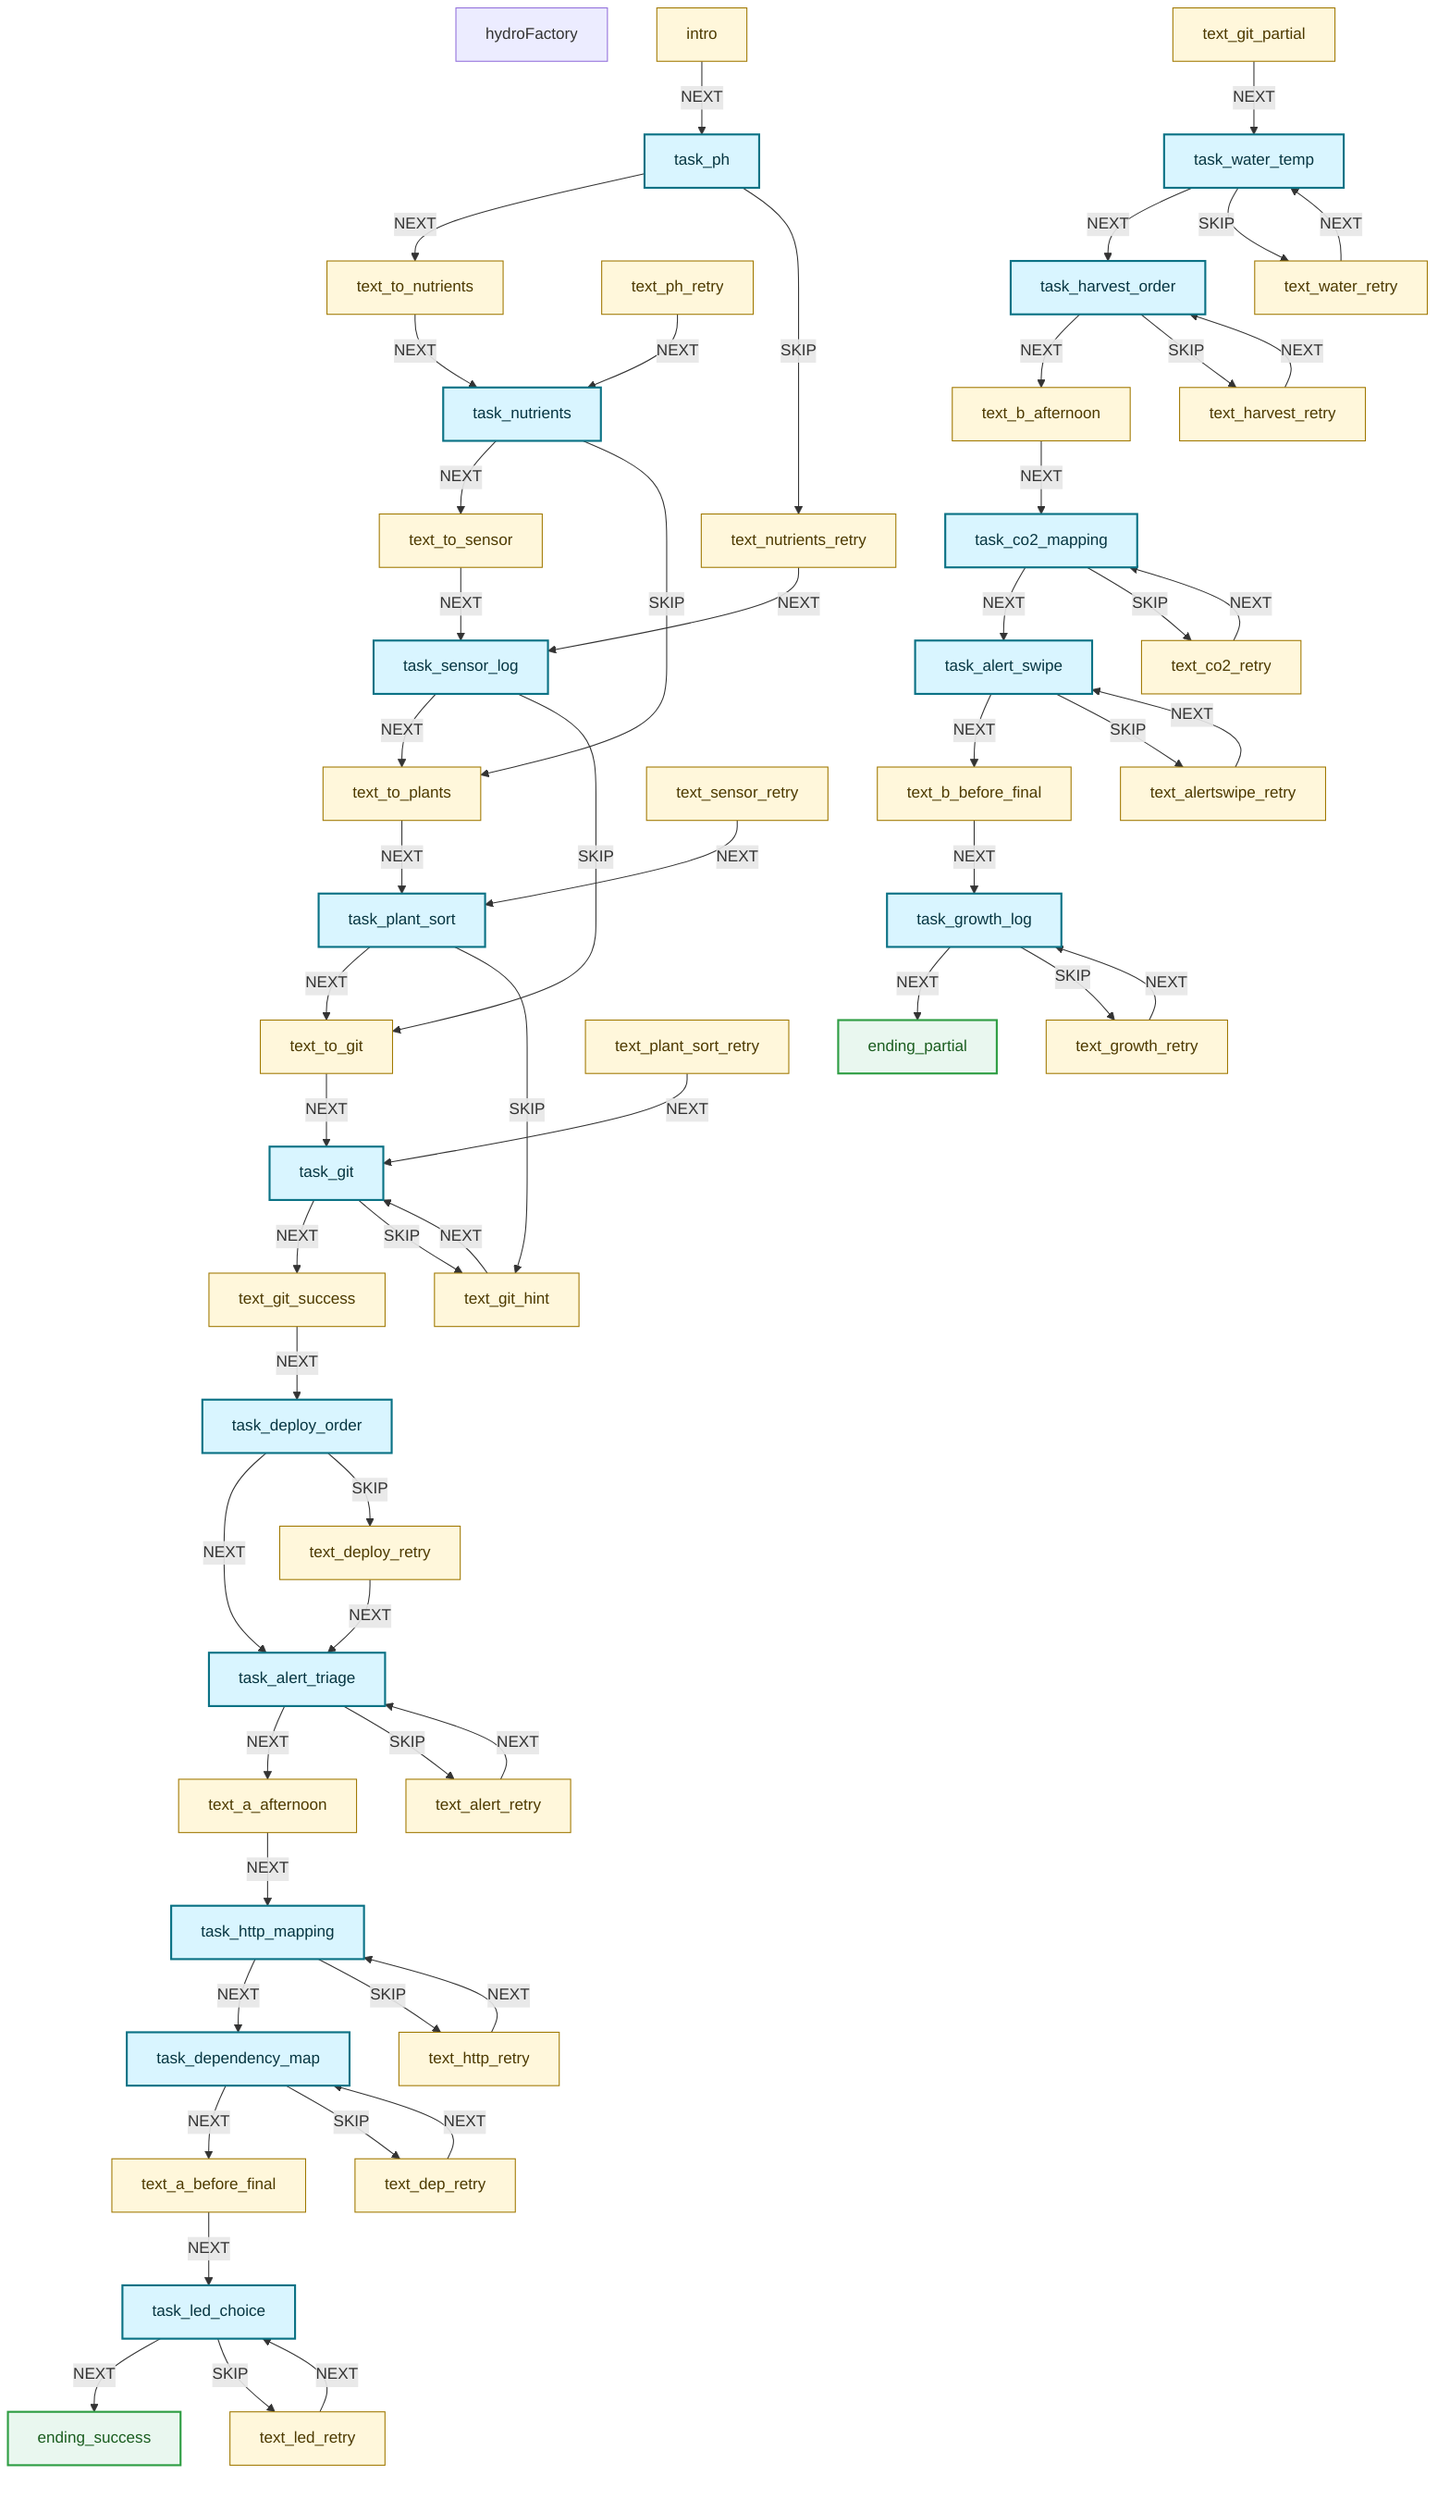
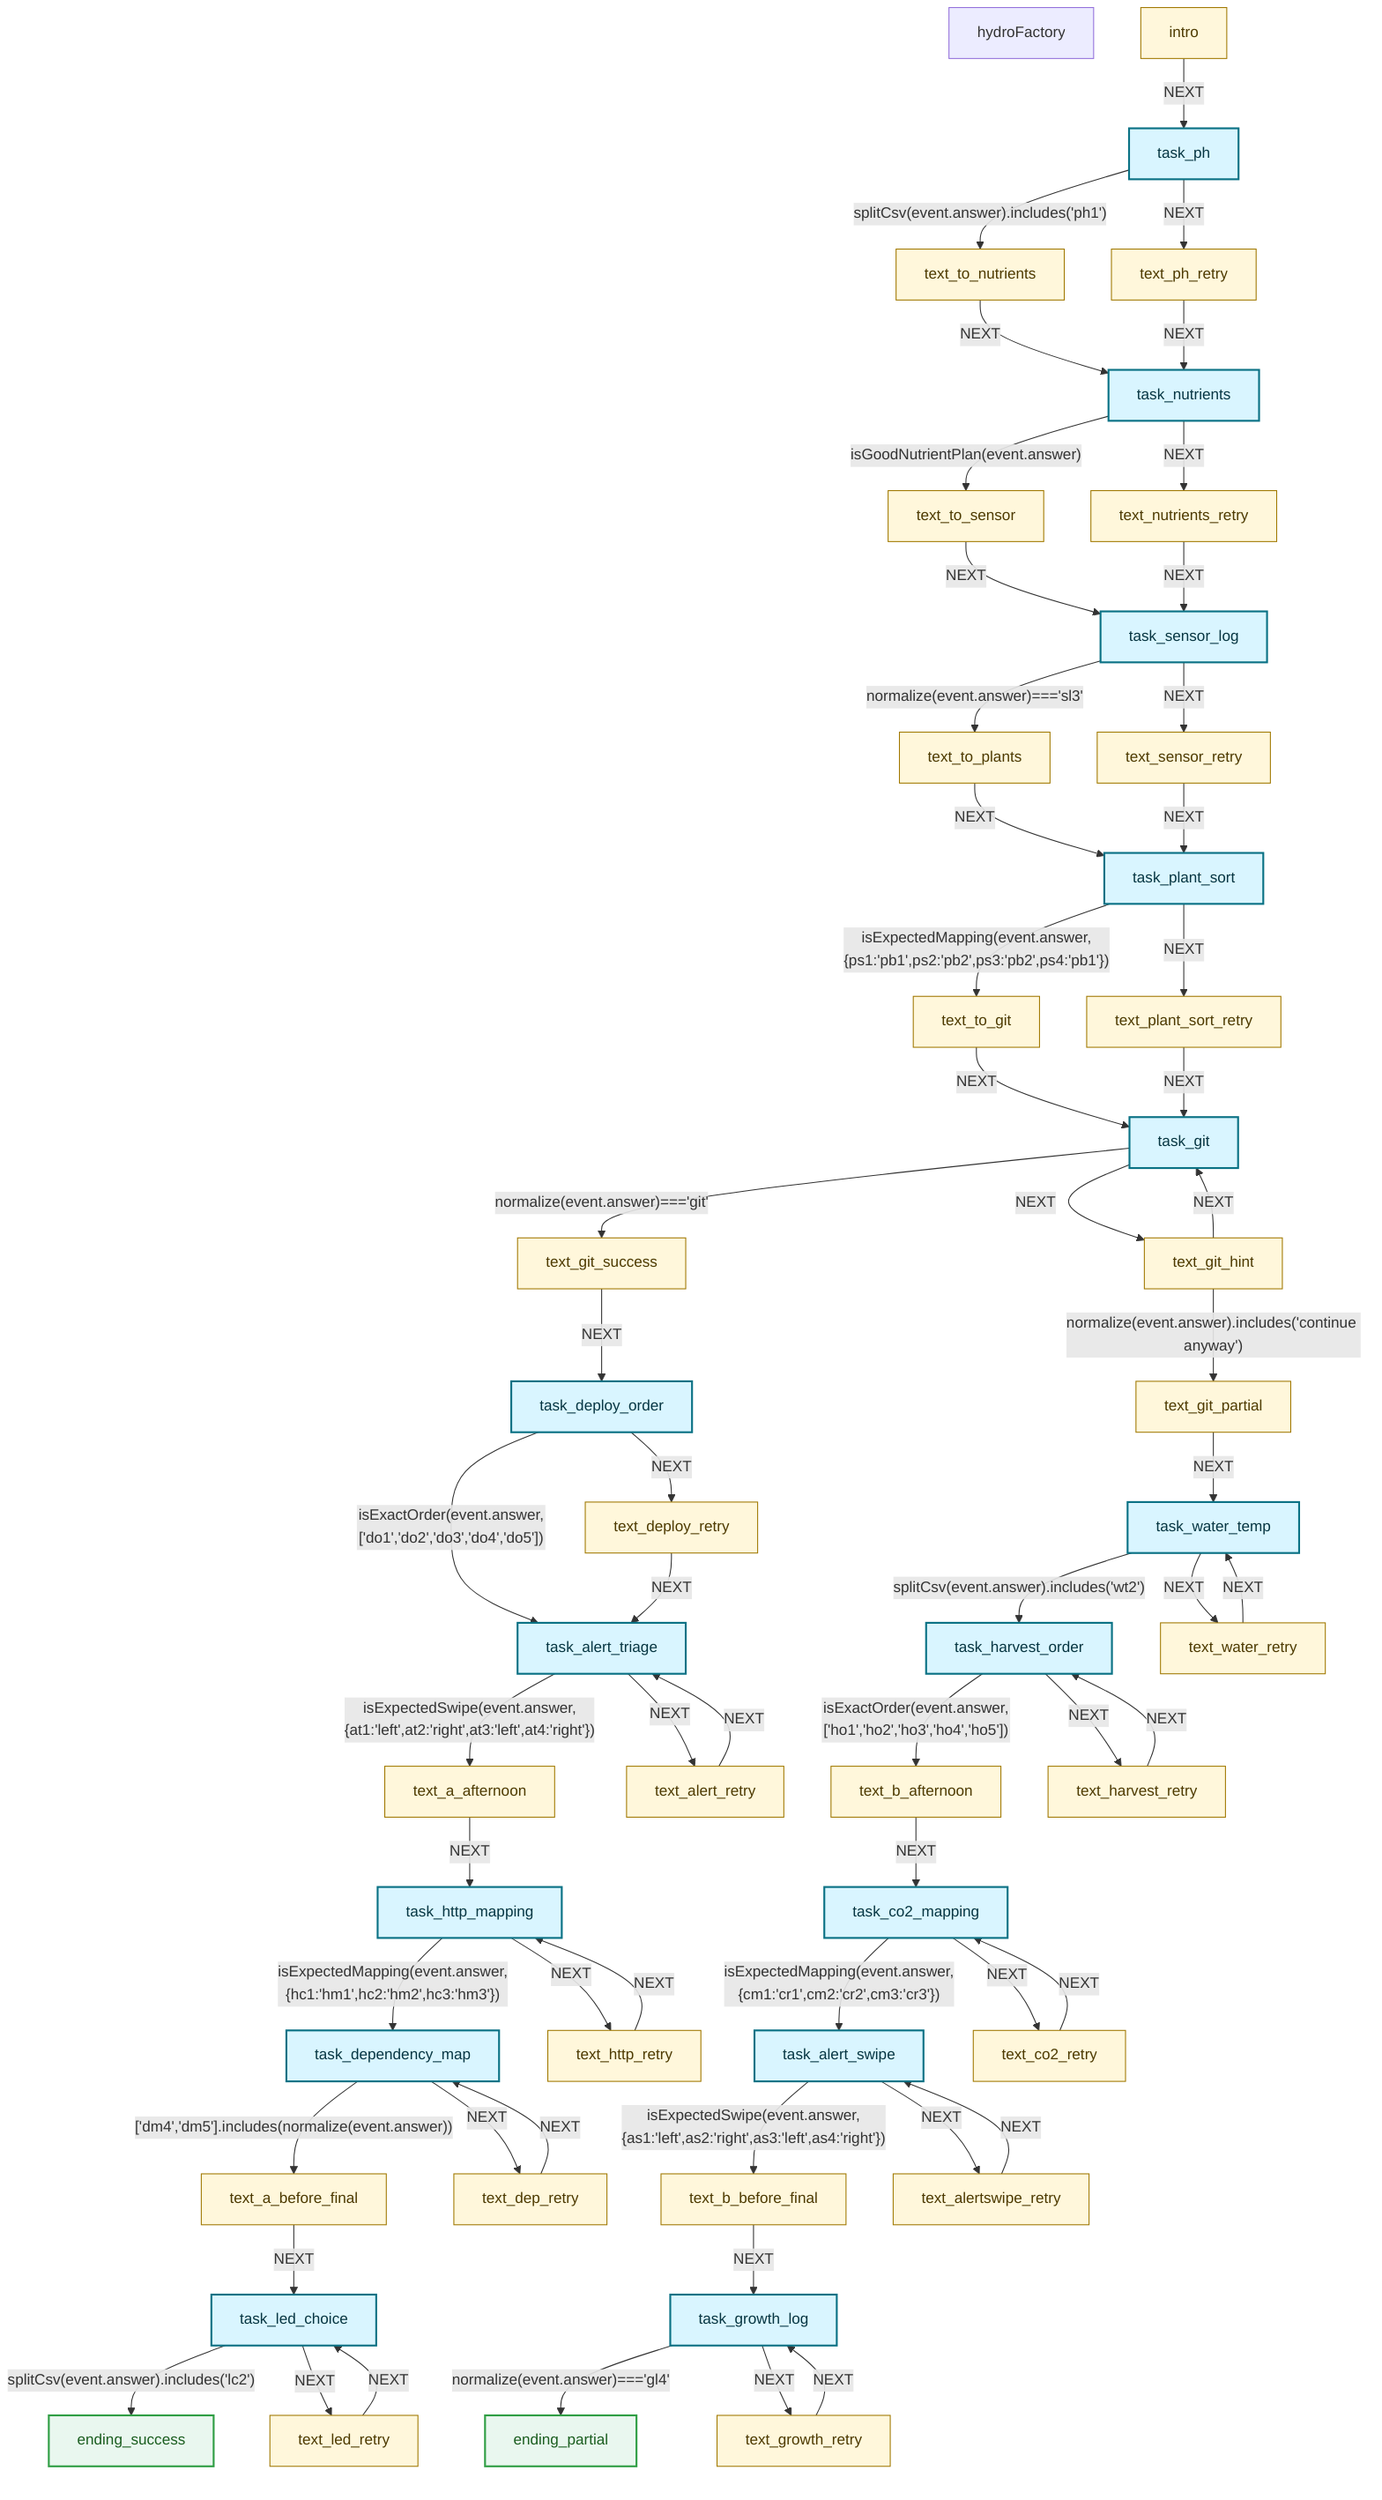
flowchart TD
  %% Generated from src/machine.ts (hydroMachine)
  S1["hydroFactory"]
  S2["ending_partial"]
  class S2 endingNode
  S3["ending_success"]
  class S3 endingNode
  S4["intro"]
  class S4 textNode
  S5["task_alert_swipe"]
  class S5 taskNode
  S6["task_alert_triage"]
  class S6 taskNode
  S7["task_co2_mapping"]
  class S7 taskNode
  S8["task_dependency_map"]
  class S8 taskNode
  S9["task_deploy_order"]
  class S9 taskNode
  S10["task_git"]
  class S10 taskNode
  S11["task_growth_log"]
  class S11 taskNode
  S12["task_harvest_order"]
  class S12 taskNode
  S13["task_http_mapping"]
  class S13 taskNode
  S14["task_led_choice"]
  class S14 taskNode
  S15["task_nutrients"]
  class S15 taskNode
  S16["task_ph"]
  class S16 taskNode
  S17["task_plant_sort"]
  class S17 taskNode
  S18["task_sensor_log"]
  class S18 taskNode
  S19["task_water_temp"]
  class S19 taskNode
  S20["text_a_afternoon"]
  class S20 textNode
  S21["text_a_before_final"]
  class S21 textNode
  S22["text_alert_retry"]
  class S22 textNode
  S23["text_alertswipe_retry"]
  class S23 textNode
  S24["text_b_afternoon"]
  class S24 textNode
  S25["text_b_before_final"]
  class S25 textNode
  S26["text_co2_retry"]
  class S26 textNode
  S27["text_dep_retry"]
  class S27 textNode
  S28["text_deploy_retry"]
  class S28 textNode
  S29["text_git_hint"]
  class S29 textNode
  S30["text_git_partial"]
  class S30 textNode
  S31["text_git_success"]
  class S31 textNode
  S32["text_growth_retry"]
  class S32 textNode
  S33["text_harvest_retry"]
  class S33 textNode
  S34["text_http_retry"]
  class S34 textNode
  S35["text_led_retry"]
  class S35 textNode
  S36["text_nutrients_retry"]
  class S36 textNode
  S37["text_ph_retry"]
  class S37 textNode
  S38["text_plant_sort_retry"]
  class S38 textNode
  S39["text_sensor_retry"]
  class S39 textNode
  S40["text_to_git"]
  class S40 textNode
  S41["text_to_nutrients"]
  class S41 textNode
  S42["text_to_plants"]
  class S42 textNode
  S43["text_to_sensor"]
  class S43 textNode
  S44["text_water_retry"]
  class S44 textNode
  S4 -->|"NEXT"| S16
-   S16 -->|"NEXT"| S41
-   S16 -->|"SKIP"| S36
+   S16 -->|"splitCsv(event.answer).includes('ph1')"| S41
+   S16 -->|"NEXT"| S37
  S41 -->|"NEXT"| S15
  S37 -->|"NEXT"| S15
-   S15 -->|"NEXT"| S43
-   S15 -->|"SKIP"| S42
+   S15 -->|"isGoodNutrientPlan(event.answer)"| S43
+   S15 -->|"NEXT"| S36
  S43 -->|"NEXT"| S18
  S36 -->|"NEXT"| S18
-   S18 -->|"NEXT"| S42
-   S18 -->|"SKIP"| S40
+   S18 -->|"normalize(event.answer)==='sl3'"| S42
+   S18 -->|"NEXT"| S39
  S42 -->|"NEXT"| S17
  S39 -->|"NEXT"| S17
-   S17 -->|"NEXT"| S40
-   S17 -->|"SKIP"| S29
+   S17 -->|"isExpectedMapping(event.answer,{ps1:'pb1',ps2:'pb2',ps3:'pb2',ps4:'pb1'})"| S40
+   S17 -->|"NEXT"| S38
  S40 -->|"NEXT"| S10
  S38 -->|"NEXT"| S10
-   S10 -->|"NEXT"| S31
-   S10 -->|"SKIP"| S29
+   S10 -->|"normalize(event.answer)==='git'"| S31
+   S10 -->|"NEXT"| S29
+   S29 -->|"normalize(event.answer).includes('continue anyway')"| S30
  S29 -->|"NEXT"| S10
  S31 -->|"NEXT"| S9
-   S9 -->|"NEXT"| S6
-   S9 -->|"SKIP"| S28
+   S9 -->|"isExactOrder(event.answer,['do1','do2','do3','do4','do5'])"| S6
+   S9 -->|"NEXT"| S28
  S28 -->|"NEXT"| S6
-   S6 -->|"NEXT"| S20
-   S6 -->|"SKIP"| S22
+   S6 -->|"isExpectedSwipe(event.answer,{at1:'left',at2:'right',at3:'left',at4:'right'})"| S20
+   S6 -->|"NEXT"| S22
  S20 -->|"NEXT"| S13
  S22 -->|"NEXT"| S6
-   S13 -->|"NEXT"| S8
-   S13 -->|"SKIP"| S34
+   S13 -->|"isExpectedMapping(event.answer,{hc1:'hm1',hc2:'hm2',hc3:'hm3'})"| S8
+   S13 -->|"NEXT"| S34
  S34 -->|"NEXT"| S13
-   S8 -->|"NEXT"| S21
-   S8 -->|"SKIP"| S27
+   S8 -->|"['dm4','dm5'].includes(normalize(event.answer))"| S21
+   S8 -->|"NEXT"| S27
  S27 -->|"NEXT"| S8
  S21 -->|"NEXT"| S14
-   S14 -->|"NEXT"| S3
-   S14 -->|"SKIP"| S35
+   S14 -->|"splitCsv(event.answer).includes('lc2')"| S3
+   S14 -->|"NEXT"| S35
  S35 -->|"NEXT"| S14
  S30 -->|"NEXT"| S19
-   S19 -->|"NEXT"| S12
-   S19 -->|"SKIP"| S44
+   S19 -->|"splitCsv(event.answer).includes('wt2')"| S12
+   S19 -->|"NEXT"| S44
  S44 -->|"NEXT"| S19
-   S12 -->|"NEXT"| S24
-   S12 -->|"SKIP"| S33
+   S12 -->|"isExactOrder(event.answer,['ho1','ho2','ho3','ho4','ho5'])"| S24
+   S12 -->|"NEXT"| S33
  S33 -->|"NEXT"| S12
  S24 -->|"NEXT"| S7
-   S7 -->|"NEXT"| S5
-   S7 -->|"SKIP"| S26
+   S7 -->|"isExpectedMapping(event.answer,{cm1:'cr1',cm2:'cr2',cm3:'cr3'})"| S5
+   S7 -->|"NEXT"| S26
  S26 -->|"NEXT"| S7
-   S5 -->|"NEXT"| S25
-   S5 -->|"SKIP"| S23
+   S5 -->|"isExpectedSwipe(event.answer,{as1:'left',as2:'right',as3:'left',as4:'right'})"| S25
+   S5 -->|"NEXT"| S23
  S23 -->|"NEXT"| S5
  S25 -->|"NEXT"| S11
-   S11 -->|"NEXT"| S2
-   S11 -->|"SKIP"| S32
+   S11 -->|"normalize(event.answer)==='gl4'"| S2
+   S11 -->|"NEXT"| S32
  S32 -->|"NEXT"| S11

  classDef taskNode fill:#d9f5ff,stroke:#0b7285,stroke-width:2px,color:#073642
  classDef textNode fill:#fff7db,stroke:#a07800,stroke-width:1px,color:#4d3a00
  classDef endingNode fill:#e9f7ef,stroke:#2f9e44,stroke-width:2px,color:#1b5e20
